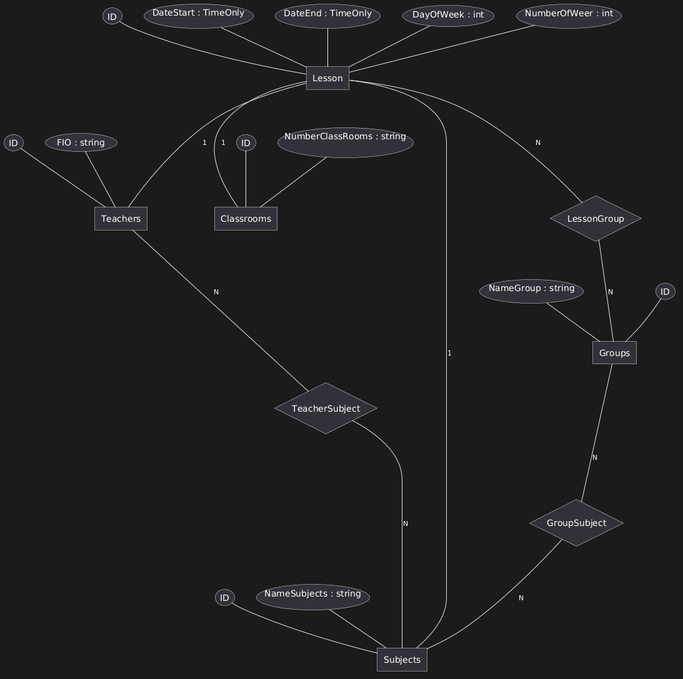
This is ERdiagram/ERdiag.png from SirNicor/-PracticalTraining12.07.2026, a PlantUML export, as it was before one commit.
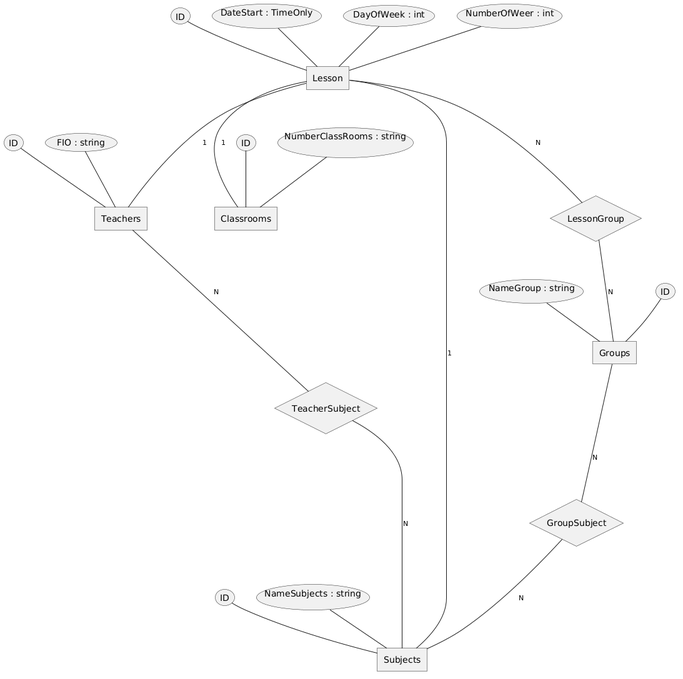
After the change.

What changed in the source:
```diff
@@ -23,7 +23,6 @@
 entity Lesson {
     ID
     DateStart : TimeOnly
-    DateEnd : TimeOnly
     DayOfWeek : int
     NumberOfWeer : int
     Lesson -1- Teachers
```
